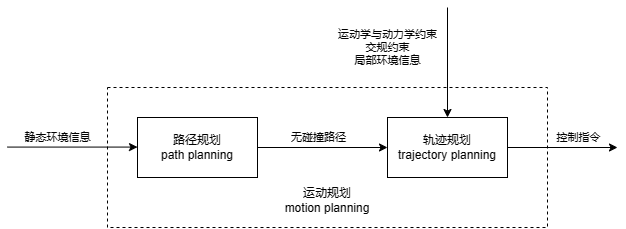
Before: 运动规划.png, a diagram exported from draw.io (xinxindream/decision_plan_record). Source tidied: cells renumbered, new cells last; positions are measured from the earlier drawing's top-left corner, leaving out a move shared by most shapes.
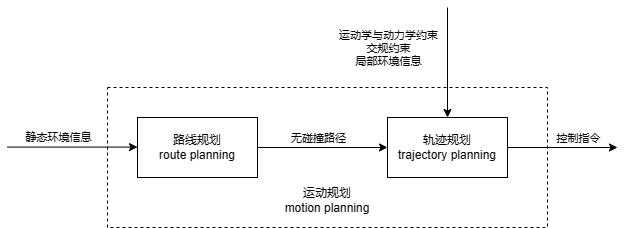
Later version of the same file.

Change to the diagram source:
```diff
@@ -5,7 +5,7 @@
     <mxCell id="2" value="&lt;div&gt;&lt;br&gt;&lt;/div&gt;&lt;div&gt;&lt;br&gt;&lt;/div&gt;&lt;div&gt;&lt;br&gt;&lt;/div&gt;&lt;div&gt;&lt;br&gt;&lt;/div&gt;&lt;div&gt;&lt;br&gt;&lt;/div&gt;&lt;div&gt;&lt;br&gt;&lt;/div&gt;运动规划&lt;div&gt;motion planning&lt;/div&gt;" style="rounded=0;whiteSpace=wrap;html=1;fillColor=none;dashed=1;" parent="1" vertex="1">
       <mxGeometry x="100" y="80" width="440" height="140" as="geometry" />
     </mxCell>
-    <mxCell id="3" value="路径规划&lt;div&gt;path planning&lt;/div&gt;" style="rounded=0;whiteSpace=wrap;html=1;" parent="1" vertex="1">
+    <mxCell id="3" value="路线规划&lt;div&gt;route planning&lt;/div&gt;" style="rounded=0;whiteSpace=wrap;html=1;" parent="1" vertex="1">
       <mxGeometry x="130" y="110" width="120" height="60" as="geometry" />
     </mxCell>
     <mxCell id="4" value="轨迹规划&lt;div&gt;trajectory planning&lt;/div&gt;" style="rounded=0;whiteSpace=wrap;html=1;" parent="1" vertex="1">
```
